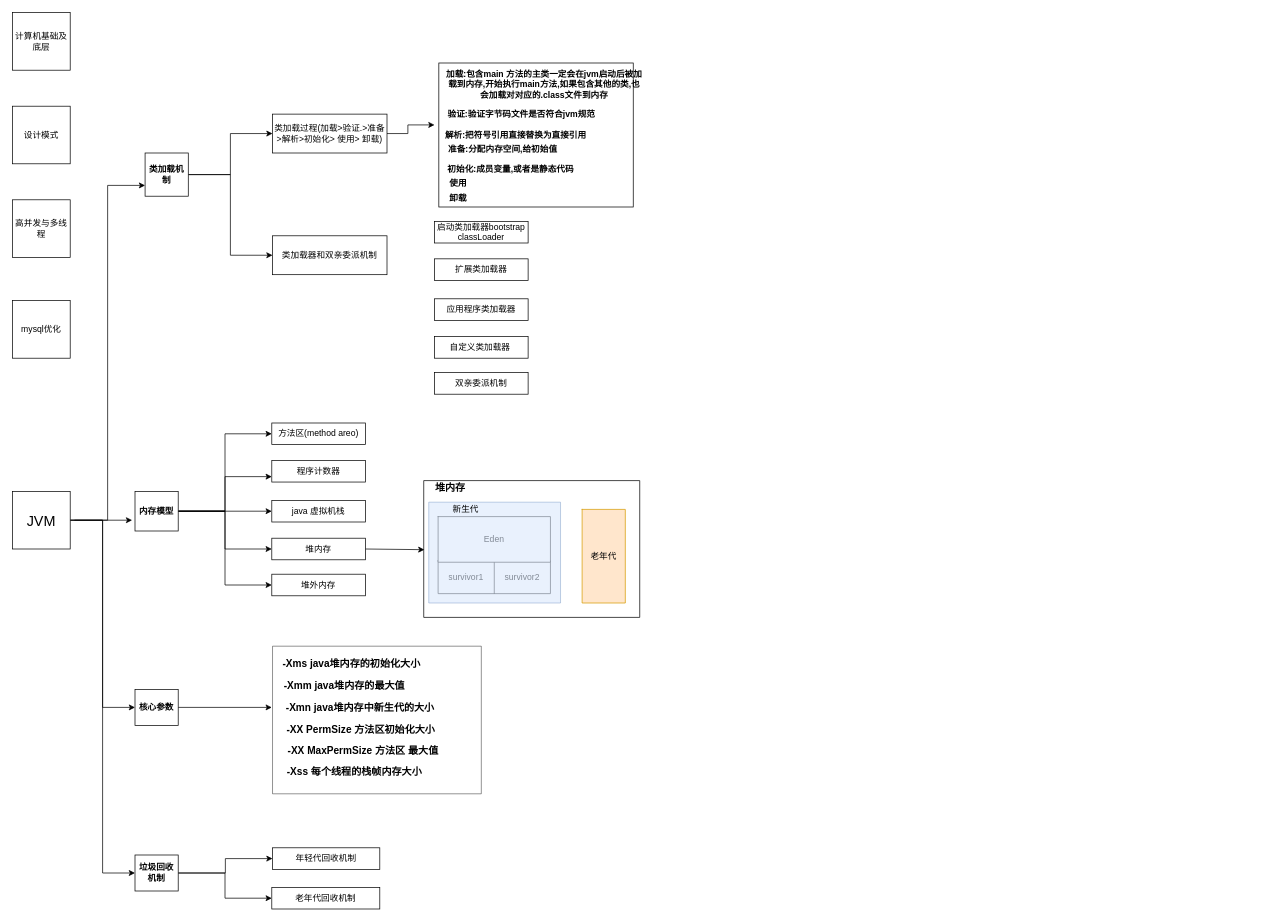
yuchunyi/test1 keeps this draw.io diagram as 提纲.drawio. Above is the earlier version. Source tidied: cells renumbered, new cells numbered last; positions are measured from the earlier drawing's top-left corner, leaving out a move shared by most shapes. Both pictures are drawn from the tidied source at 72%, with x=0, y=0 at pixel (12, 12).
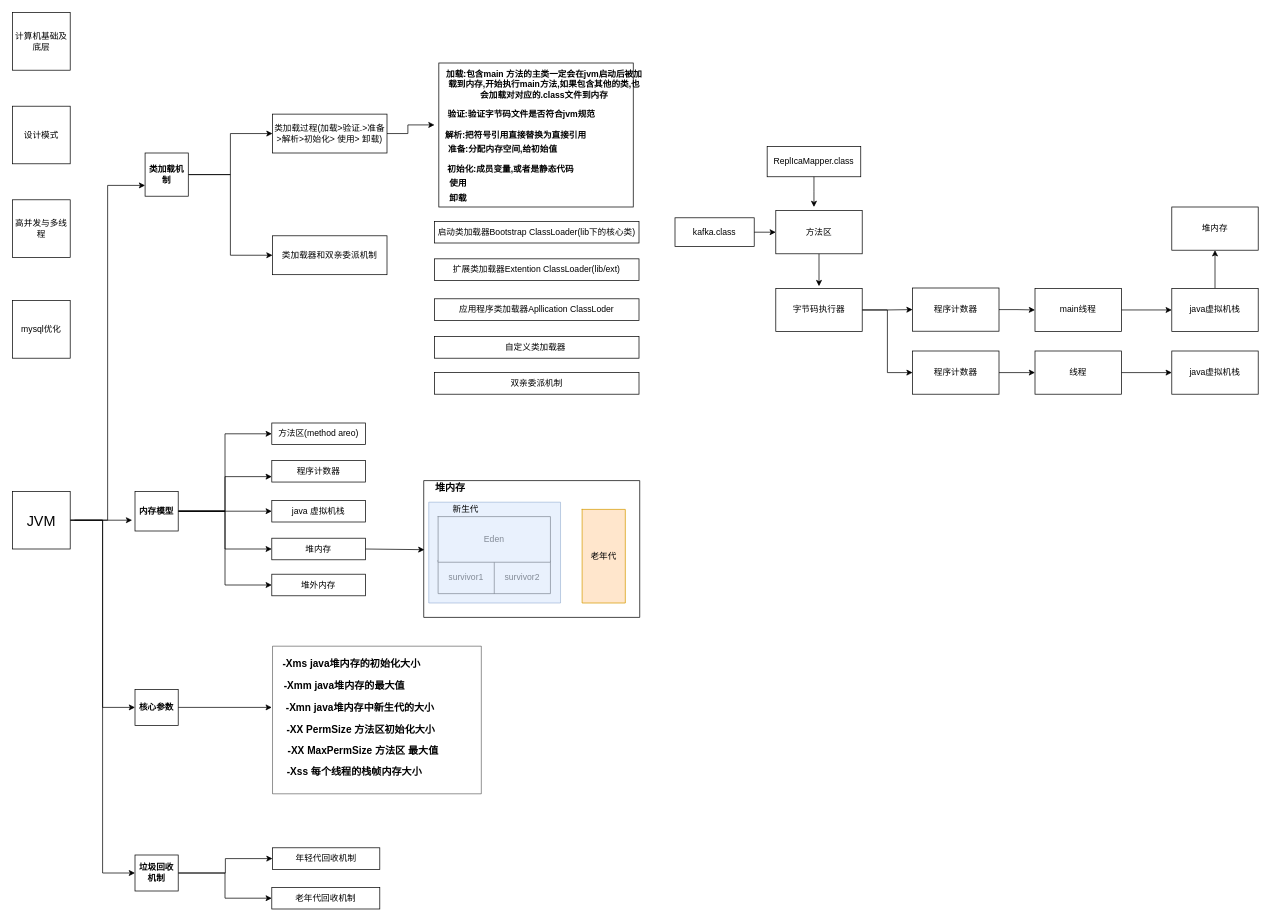
The same diagram, later.

Diff of the diagram source:
```diff
@@
     <mxCell id="65" value="自定义类加载器&amp;nbsp;" style="rounded=0;whiteSpace=wrap;html=1;" parent="1" vertex="1">
-      <mxGeometry x="586" y="450" width="130" height="30" as="geometry" />
+      <mxGeometry x="586" y="450" width="284" height="30" as="geometry" />
     </mxCell>
-    <mxCell id="66" value="应用程序类加载器" style="rounded=0;whiteSpace=wrap;html=1;" parent="1" vertex="1">
-      <mxGeometry x="586" y="397.5" width="130" height="30" as="geometry" />
+    <mxCell id="66" value="应用程序类加载器Apllication ClassLoder" style="rounded=0;whiteSpace=wrap;html=1;" parent="1" vertex="1">
+      <mxGeometry x="586" y="397.5" width="284" height="30" as="geometry" />
     </mxCell>
-    <mxCell id="67" value="扩展类加载器" style="rounded=0;whiteSpace=wrap;html=1;" parent="1" vertex="1">
-      <mxGeometry x="586" y="342" width="130" height="30" as="geometry" />
+    <mxCell id="67" value="扩展类加载器Extention ClassLoader(lib/ext)" style="rounded=0;whiteSpace=wrap;html=1;" parent="1" vertex="1">
+      <mxGeometry x="586" y="342" width="284" height="30" as="geometry" />
     </mxCell>
-    <mxCell id="68" value="启动类加载器bootstrap classLoader" style="rounded=0;whiteSpace=wrap;html=1;" parent="1" vertex="1">
-      <mxGeometry x="586" y="290" width="130" height="30" as="geometry" />
+    <mxCell id="68" value="启动类加载器Bootstrap ClassLoader(lib下的核心类)" style="rounded=0;whiteSpace=wrap;html=1;" parent="1" vertex="1">
+      <mxGeometry x="586" y="290" width="284" height="30" as="geometry" />
     </mxCell>
     <mxCell id="69" value="双亲委派机制" style="rounded=0;whiteSpace=wrap;html=1;" parent="1" vertex="1">
-      <mxGeometry x="586" y="500" width="130" height="30" as="geometry" />
+      <mxGeometry x="586" y="500" width="284" height="30" as="geometry" />
     </mxCell>
+    <mxCell id="70" style="edgeStyle=none;rounded=0;jettySize=auto;html=1;" parent="1" edge="1" source="71">
+      <mxGeometry relative="1" as="geometry">
+        <mxPoint x="1120" y="380" as="targetPoint" />
+      </mxGeometry>
+    </mxCell>
+    <mxCell id="71" value="方法区" style="rounded=0;whiteSpace=wrap;html=1;" parent="1" vertex="1">
+      <mxGeometry x="1060" y="275" width="120" height="60" as="geometry" />
+    </mxCell>
+    <mxCell id="72" style="edgeStyle=orthogonalEdgeStyle;rounded=0;jettySize=auto;html=1;entryX=0;entryY=0.5;entryDx=0;entryDy=0;" parent="1" edge="1" source="74" target="76">
+      <mxGeometry relative="1" as="geometry" />
+    </mxCell>
+    <mxCell id="73" style="edgeStyle=orthogonalEdgeStyle;rounded=0;jettySize=auto;html=1;entryX=0;entryY=0.5;entryDx=0;entryDy=0;" parent="1" edge="1" source="74" target="78">
+      <mxGeometry relative="1" as="geometry" />
+    </mxCell>
+    <mxCell id="74" value="字节码执行器" style="rounded=0;whiteSpace=wrap;html=1;" parent="1" vertex="1">
+      <mxGeometry x="1060" y="383" width="120" height="60" as="geometry" />
+    </mxCell>
+    <mxCell id="75" style="edgeStyle=orthogonalEdgeStyle;rounded=0;jettySize=auto;html=1;exitX=1;exitY=0.5;exitDx=0;exitDy=0;entryX=0;entryY=0.5;entryDx=0;entryDy=0;" parent="1" edge="1" source="76" target="80">
+      <mxGeometry relative="1" as="geometry" />
+    </mxCell>
+    <mxCell id="76" value="程序计数器" style="rounded=0;whiteSpace=wrap;html=1;" parent="1" vertex="1">
+      <mxGeometry x="1250" y="382.5" width="120" height="60" as="geometry" />
+    </mxCell>
+    <mxCell id="77" style="edgeStyle=orthogonalEdgeStyle;rounded=0;jettySize=auto;html=1;entryX=0;entryY=0.5;entryDx=0;entryDy=0;" parent="1" edge="1" source="78" target="82">
+      <mxGeometry relative="1" as="geometry" />
+    </mxCell>
+    <mxCell id="78" value="程序计数器" style="rounded=0;whiteSpace=wrap;html=1;" parent="1" vertex="1">
+      <mxGeometry x="1250" y="470" width="120" height="60" as="geometry" />
+    </mxCell>
+    <mxCell id="79" style="edgeStyle=orthogonalEdgeStyle;rounded=0;jettySize=auto;html=1;entryX=0;entryY=0.5;entryDx=0;entryDy=0;" parent="1" edge="1" source="80" target="84">
+      <mxGeometry relative="1" as="geometry" />
+    </mxCell>
+    <mxCell id="80" value="main线程" style="rounded=0;whiteSpace=wrap;html=1;" parent="1" vertex="1">
+      <mxGeometry x="1420" y="383" width="120" height="60" as="geometry" />
+    </mxCell>
+    <mxCell id="81" style="edgeStyle=orthogonalEdgeStyle;rounded=0;jettySize=auto;html=1;entryX=0;entryY=0.5;entryDx=0;entryDy=0;" parent="1" edge="1" source="82" target="85">
+      <mxGeometry relative="1" as="geometry" />
+    </mxCell>
+    <mxCell id="82" value="线程" style="rounded=0;whiteSpace=wrap;html=1;" parent="1" vertex="1">
+      <mxGeometry x="1420" y="470" width="120" height="60" as="geometry" />
+    </mxCell>
+    <mxCell id="83" style="edgeStyle=orthogonalEdgeStyle;rounded=0;jettySize=auto;html=1;entryX=0.5;entryY=1;entryDx=0;entryDy=0;" parent="1" edge="1" source="84" target="86">
+      <mxGeometry relative="1" as="geometry" />
+    </mxCell>
+    <mxCell id="84" value="java虚拟机栈" style="rounded=0;whiteSpace=wrap;html=1;" parent="1" vertex="1">
+      <mxGeometry x="1610" y="383" width="120" height="60" as="geometry" />
+    </mxCell>
+    <mxCell id="85" value="java虚拟机栈" style="rounded=0;whiteSpace=wrap;html=1;" parent="1" vertex="1">
+      <mxGeometry x="1610" y="470" width="120" height="60" as="geometry" />
+    </mxCell>
+    <mxCell id="86" value="堆内存" style="rounded=0;whiteSpace=wrap;html=1;" parent="1" vertex="1">
+      <mxGeometry x="1610" y="270" width="120" height="60" as="geometry" />
+    </mxCell>
+    <mxCell id="87" style="edgeStyle=orthogonalEdgeStyle;rounded=0;jettySize=auto;html=1;" parent="1" edge="1" source="88">
+      <mxGeometry relative="1" as="geometry">
+        <mxPoint x="1113" y="270" as="targetPoint" />
+      </mxGeometry>
+    </mxCell>
+    <mxCell id="88" value="&lt;span&gt;ReplIcaMapper.class&lt;/span&gt;" style="rounded=0;whiteSpace=wrap;html=1;fillColor=none;" parent="1" vertex="1">
+      <mxGeometry x="1048" y="186" width="130" height="42" as="geometry" />
+    </mxCell>
+    <mxCell id="89" style="edgeStyle=none;rounded=0;jettySize=auto;html=1;entryX=0;entryY=0.5;entryDx=0;entryDy=0;" parent="1" edge="1" source="90" target="71">
+      <mxGeometry relative="1" as="geometry" />
+    </mxCell>
+    <mxCell id="90" value="&lt;span&gt;kafka.class&lt;/span&gt;" style="rounded=0;whiteSpace=wrap;html=1;fillColor=none;" parent="1" vertex="1">
+      <mxGeometry x="920" y="285" width="110" height="40" as="geometry" />
+    </mxCell>
```
